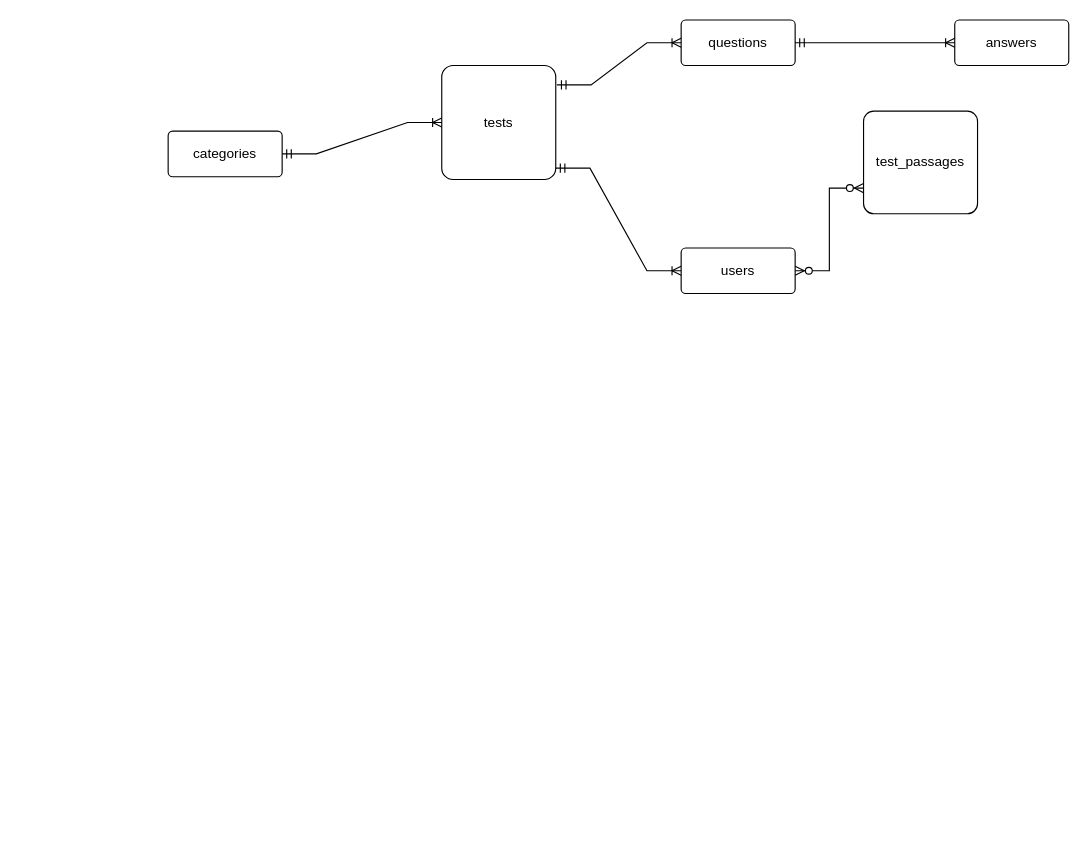
The draw.io diagram Untitled Diagram.drawio in RomaVega/test-guru, before the edit. Source tidied: cells renumbered, new cells numbered last; positions are measured from the earlier drawing's top-left corner, leaving out a move shared by most shapes. Both pictures are drawn from the tidied source at 114%, with x=0, y=0 at pixel (168, 19).
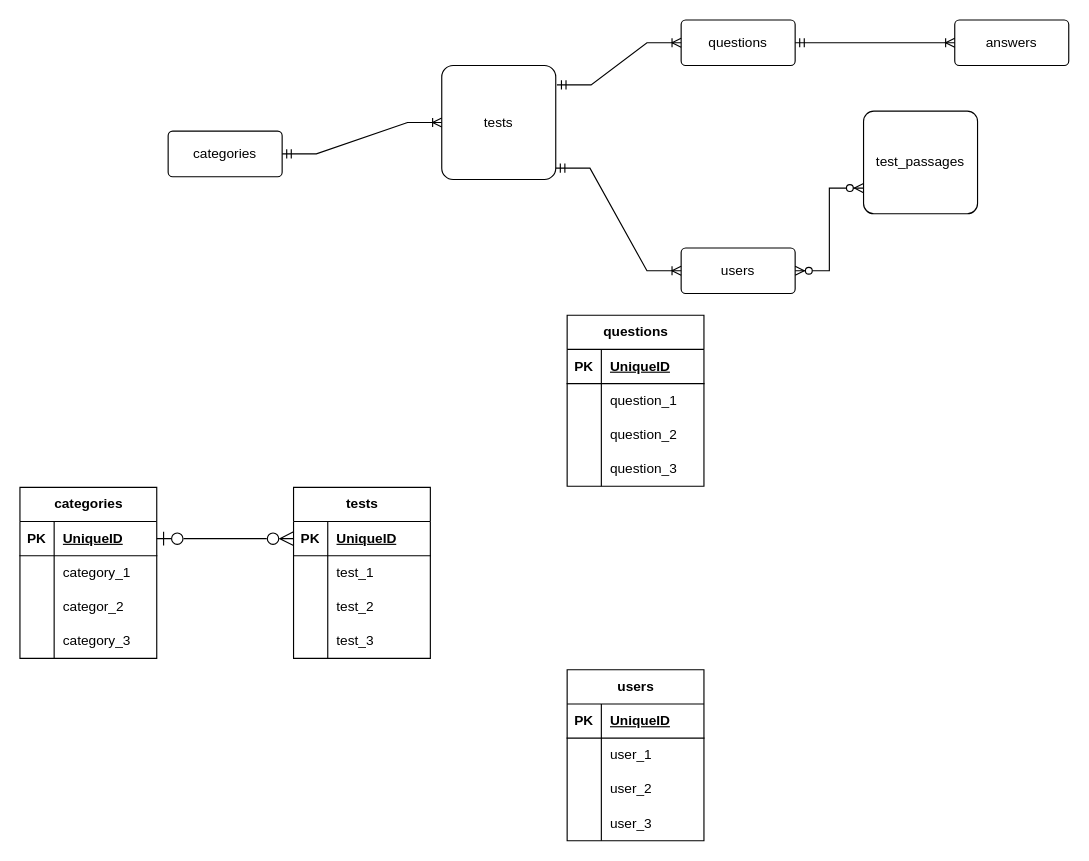
After the change.

What changed in the source:
```diff
@@
+    <mxCell id="13" value="categories" style="shape=table;startSize=30;childLayout=tableLayout;rowLines=0;fontStyle=1;align=center;html=1;" parent="1" vertex="1">
+      <mxGeometry x="-130" y="410" width="120" height="150" as="geometry" />
+    </mxCell>
+    <mxCell id="14" style="shape=tableRow;horizontal=0;startSize=0;swimlaneHead=0;swimlaneBody=0;fillColor=none;points=[[0,0.5],[1,0.5]];portConstraint=eastwest;top=0;left=0;right=0;bottom=1;" parent="13" vertex="1">
+      <mxGeometry y="30" width="120" height="30" as="geometry" />
+    </mxCell>
+    <mxCell id="15" value="PK" style="shape=partialRectangle;fillColor=none;top=0;left=0;bottom=0;right=0;fontStyle=1;overflow=hidden;whiteSpace=wrap;html=1;" parent="14" vertex="1">
+      <mxGeometry width="30" height="30" as="geometry" />
+    </mxCell>
+    <mxCell id="16" value="UniqueID" style="shape=partialRectangle;fillColor=none;top=0;left=0;bottom=0;right=0;align=left;spacingLeft=6;fontStyle=5;overflow=hidden;whiteSpace=wrap;html=1;" parent="14" vertex="1">
+      <mxGeometry x="30" width="90" height="30" as="geometry" />
+    </mxCell>
+    <mxCell id="17" style="shape=tableRow;horizontal=0;startSize=0;swimlaneHead=0;swimlaneBody=0;fillColor=none;top=0;left=0;right=0;bottom=0;" parent="13" vertex="1">
+      <mxGeometry y="60" width="120" height="30" as="geometry" />
+    </mxCell>
+    <mxCell id="18" style="shape=partialRectangle;fillColor=none;top=0;left=0;bottom=0;right=0;overflow=hidden;whiteSpace=wrap;html=1;" parent="17" vertex="1">
+      <mxGeometry width="30" height="30" as="geometry" />
+    </mxCell>
+    <mxCell id="19" value="сategory_1" style="shape=partialRectangle;fillColor=none;top=0;left=0;bottom=0;right=0;align=left;spacingLeft=6;overflow=hidden;whiteSpace=wrap;html=1;" parent="17" vertex="1">
+      <mxGeometry x="30" width="90" height="30" as="geometry" />
+    </mxCell>
+    <mxCell id="20" style="shape=tableRow;horizontal=0;startSize=0;swimlaneHead=0;swimlaneBody=0;fillColor=none;top=0;left=0;right=0;bottom=0;" parent="13" vertex="1">
+      <mxGeometry y="90" width="120" height="30" as="geometry" />
+    </mxCell>
+    <mxCell id="21" style="shape=partialRectangle;fillColor=none;top=0;left=0;bottom=0;right=0;overflow=hidden;whiteSpace=wrap;html=1;" parent="20" vertex="1">
+      <mxGeometry width="30" height="30" as="geometry" />
+    </mxCell>
+    <mxCell id="22" value="сategor_2" style="shape=partialRectangle;fillColor=none;top=0;left=0;bottom=0;right=0;align=left;spacingLeft=6;overflow=hidden;whiteSpace=wrap;html=1;" parent="20" vertex="1">
+      <mxGeometry x="30" width="90" height="30" as="geometry" />
+    </mxCell>
+    <mxCell id="23" style="shape=tableRow;horizontal=0;startSize=0;swimlaneHead=0;swimlaneBody=0;fillColor=none;top=0;left=0;right=0;bottom=0;" parent="13" vertex="1">
+      <mxGeometry y="120" width="120" height="30" as="geometry" />
+    </mxCell>
+    <mxCell id="24" style="shape=partialRectangle;fillColor=none;top=0;left=0;bottom=0;right=0;overflow=hidden;whiteSpace=wrap;html=1;" parent="23" vertex="1">
+      <mxGeometry width="30" height="30" as="geometry" />
+    </mxCell>
+    <mxCell id="25" value="сategory_3" style="shape=partialRectangle;fillColor=none;top=0;left=0;bottom=0;right=0;align=left;spacingLeft=6;overflow=hidden;whiteSpace=wrap;html=1;" parent="23" vertex="1">
+      <mxGeometry x="30" width="90" height="30" as="geometry" />
+    </mxCell>
+    <mxCell id="26" value="tests" style="shape=table;startSize=30;childLayout=tableLayout;rowLines=0;fontStyle=1;align=center;html=1;" parent="1" vertex="1">
+      <mxGeometry x="110" y="410" width="120" height="150" as="geometry" />
+    </mxCell>
+    <mxCell id="27" style="shape=tableRow;horizontal=0;startSize=0;swimlaneHead=0;swimlaneBody=0;fillColor=none;points=[[0,0.5],[1,0.5]];portConstraint=eastwest;top=0;left=0;right=0;bottom=1;" parent="26" vertex="1">
+      <mxGeometry y="30" width="120" height="30" as="geometry" />
+    </mxCell>
+    <mxCell id="28" value="PK" style="shape=partialRectangle;fillColor=none;top=0;left=0;bottom=0;right=0;fontStyle=1;overflow=hidden;whiteSpace=wrap;html=1;" parent="27" vertex="1">
+      <mxGeometry width="30" height="30" as="geometry" />
+    </mxCell>
+    <mxCell id="29" value="UniqueID" style="shape=partialRectangle;fillColor=none;top=0;left=0;bottom=0;right=0;align=left;spacingLeft=6;fontStyle=5;overflow=hidden;whiteSpace=wrap;html=1;" parent="27" vertex="1">
+      <mxGeometry x="30" width="90" height="30" as="geometry" />
+    </mxCell>
+    <mxCell id="30" style="shape=tableRow;horizontal=0;startSize=0;swimlaneHead=0;swimlaneBody=0;fillColor=none;top=0;left=0;right=0;bottom=0;" parent="26" vertex="1">
+      <mxGeometry y="60" width="120" height="30" as="geometry" />
+    </mxCell>
+    <mxCell id="31" style="shape=partialRectangle;fillColor=none;top=0;left=0;bottom=0;right=0;overflow=hidden;whiteSpace=wrap;html=1;" parent="30" vertex="1">
+      <mxGeometry width="30" height="30" as="geometry" />
+    </mxCell>
+    <mxCell id="32" value="test_1" style="shape=partialRectangle;fillColor=none;top=0;left=0;bottom=0;right=0;align=left;spacingLeft=6;overflow=hidden;whiteSpace=wrap;html=1;" parent="30" vertex="1">
+      <mxGeometry x="30" width="90" height="30" as="geometry" />
+    </mxCell>
+    <mxCell id="33" style="shape=tableRow;horizontal=0;startSize=0;swimlaneHead=0;swimlaneBody=0;fillColor=none;top=0;left=0;right=0;bottom=0;" parent="26" vertex="1">
+      <mxGeometry y="90" width="120" height="30" as="geometry" />
+    </mxCell>
+    <mxCell id="34" style="shape=partialRectangle;fillColor=none;top=0;left=0;bottom=0;right=0;overflow=hidden;whiteSpace=wrap;html=1;" parent="33" vertex="1">
+      <mxGeometry width="30" height="30" as="geometry" />
+    </mxCell>
+    <mxCell id="35" value="test_2" style="shape=partialRectangle;fillColor=none;top=0;left=0;bottom=0;right=0;align=left;spacingLeft=6;overflow=hidden;whiteSpace=wrap;html=1;" parent="33" vertex="1">
+      <mxGeometry x="30" width="90" height="30" as="geometry" />
+    </mxCell>
+    <mxCell id="36" style="shape=tableRow;horizontal=0;startSize=0;swimlaneHead=0;swimlaneBody=0;fillColor=none;top=0;left=0;right=0;bottom=0;" parent="26" vertex="1">
+      <mxGeometry y="120" width="120" height="30" as="geometry" />
+    </mxCell>
+    <mxCell id="37" style="shape=partialRectangle;fillColor=none;top=0;left=0;bottom=0;right=0;overflow=hidden;whiteSpace=wrap;html=1;" parent="36" vertex="1">
+      <mxGeometry width="30" height="30" as="geometry" />
+    </mxCell>
+    <mxCell id="38" value="test_3" style="shape=partialRectangle;fillColor=none;top=0;left=0;bottom=0;right=0;align=left;spacingLeft=6;overflow=hidden;whiteSpace=wrap;html=1;" parent="36" vertex="1">
+      <mxGeometry x="30" width="90" height="30" as="geometry" />
+    </mxCell>
+    <mxCell id="39" style="edgeStyle=entityRelationEdgeStyle;fontSize=12;html=1;endArrow=ERzeroToMany;startArrow=ERzeroToOne;rounded=0;entryX=0;entryY=0.5;entryDx=0;entryDy=0;exitX=1;exitY=0.5;exitDx=0;exitDy=0;startFill=0;endFill=0;startSize=10;endSize=10;" parent="1" edge="1" source="14" target="27">
+      <mxGeometry relative="1" as="geometry" />
+    </mxCell>
+    <mxCell id="40" value="questions" style="shape=table;startSize=30;childLayout=tableLayout;rowLines=0;fontStyle=1;align=center;html=1;" parent="1" vertex="1">
+      <mxGeometry x="350" y="259" width="120" height="150" as="geometry" />
+    </mxCell>
+    <mxCell id="41" style="shape=tableRow;horizontal=0;startSize=0;swimlaneHead=0;swimlaneBody=0;fillColor=none;top=0;left=0;right=0;bottom=1;" parent="40" vertex="1">
+      <mxGeometry y="30" width="120" height="30" as="geometry" />
+    </mxCell>
+    <mxCell id="42" value="PK" style="shape=partialRectangle;fillColor=none;top=0;left=0;bottom=0;right=0;fontStyle=1;overflow=hidden;whiteSpace=wrap;html=1;" parent="41" vertex="1">
+      <mxGeometry width="30" height="30" as="geometry" />
+    </mxCell>
+    <mxCell id="43" value="UniqueID" style="shape=partialRectangle;fillColor=none;top=0;left=0;bottom=0;right=0;align=left;spacingLeft=6;fontStyle=5;overflow=hidden;whiteSpace=wrap;html=1;" parent="41" vertex="1">
+      <mxGeometry x="30" width="90" height="30" as="geometry" />
+    </mxCell>
+    <mxCell id="44" style="shape=tableRow;horizontal=0;startSize=0;swimlaneHead=0;swimlaneBody=0;fillColor=none;top=0;left=0;right=0;bottom=0;" parent="40" vertex="1">
+      <mxGeometry y="60" width="120" height="30" as="geometry" />
+    </mxCell>
+    <mxCell id="45" style="shape=partialRectangle;fillColor=none;top=0;left=0;bottom=0;right=0;overflow=hidden;whiteSpace=wrap;html=1;" parent="44" vertex="1">
+      <mxGeometry width="30" height="30" as="geometry" />
+    </mxCell>
+    <mxCell id="46" value="question_1" style="shape=partialRectangle;fillColor=none;top=0;left=0;bottom=0;right=0;align=left;spacingLeft=6;overflow=hidden;whiteSpace=wrap;html=1;" parent="44" vertex="1">
+      <mxGeometry x="30" width="90" height="30" as="geometry" />
+    </mxCell>
+    <mxCell id="47" style="shape=tableRow;horizontal=0;startSize=0;swimlaneHead=0;swimlaneBody=0;fillColor=none;top=0;left=0;right=0;bottom=0;" parent="40" vertex="1">
+      <mxGeometry y="90" width="120" height="30" as="geometry" />
+    </mxCell>
+    <mxCell id="48" style="shape=partialRectangle;fillColor=none;top=0;left=0;bottom=0;right=0;overflow=hidden;whiteSpace=wrap;html=1;" parent="47" vertex="1">
+      <mxGeometry width="30" height="30" as="geometry" />
+    </mxCell>
+    <mxCell id="49" value="question_2" style="shape=partialRectangle;fillColor=none;top=0;left=0;bottom=0;right=0;align=left;spacingLeft=6;overflow=hidden;whiteSpace=wrap;html=1;" parent="47" vertex="1">
+      <mxGeometry x="30" width="90" height="30" as="geometry" />
+    </mxCell>
+    <mxCell id="50" style="shape=tableRow;horizontal=0;startSize=0;swimlaneHead=0;swimlaneBody=0;fillColor=none;top=0;left=0;right=0;bottom=0;" parent="40" vertex="1">
+      <mxGeometry y="120" width="120" height="30" as="geometry" />
+    </mxCell>
+    <mxCell id="51" style="shape=partialRectangle;fillColor=none;top=0;left=0;bottom=0;right=0;overflow=hidden;whiteSpace=wrap;html=1;" parent="50" vertex="1">
+      <mxGeometry width="30" height="30" as="geometry" />
+    </mxCell>
+    <mxCell id="52" value="question_3" style="shape=partialRectangle;fillColor=none;top=0;left=0;bottom=0;right=0;align=left;spacingLeft=6;overflow=hidden;whiteSpace=wrap;html=1;" parent="50" vertex="1">
+      <mxGeometry x="30" width="90" height="30" as="geometry" />
+    </mxCell>
+    <mxCell id="53" value="users" style="shape=table;startSize=30;childLayout=tableLayout;rowLines=0;fontStyle=1;align=center;html=1;" parent="1" vertex="1">
+      <mxGeometry x="350" y="570" width="120" height="150" as="geometry" />
+    </mxCell>
+    <mxCell id="54" style="shape=tableRow;horizontal=0;startSize=0;swimlaneHead=0;swimlaneBody=0;fillColor=none;top=0;left=0;right=0;bottom=1;" parent="53" vertex="1">
+      <mxGeometry y="30" width="120" height="30" as="geometry" />
+    </mxCell>
+    <mxCell id="55" value="PK" style="shape=partialRectangle;fillColor=none;top=0;left=0;bottom=0;right=0;fontStyle=1;overflow=hidden;whiteSpace=wrap;html=1;" parent="54" vertex="1">
+      <mxGeometry width="30" height="30" as="geometry" />
+    </mxCell>
+    <mxCell id="56" value="UniqueID" style="shape=partialRectangle;fillColor=none;top=0;left=0;bottom=0;right=0;align=left;spacingLeft=6;fontStyle=5;overflow=hidden;whiteSpace=wrap;html=1;" parent="54" vertex="1">
+      <mxGeometry x="30" width="90" height="30" as="geometry" />
+    </mxCell>
+    <mxCell id="57" style="shape=tableRow;horizontal=0;startSize=0;swimlaneHead=0;swimlaneBody=0;fillColor=none;top=0;left=0;right=0;bottom=0;" parent="53" vertex="1">
+      <mxGeometry y="60" width="120" height="30" as="geometry" />
+    </mxCell>
+    <mxCell id="58" style="shape=partialRectangle;fillColor=none;top=0;left=0;bottom=0;right=0;overflow=hidden;whiteSpace=wrap;html=1;" parent="57" vertex="1">
+      <mxGeometry width="30" height="30" as="geometry" />
+    </mxCell>
+    <mxCell id="59" value="user_1" style="shape=partialRectangle;fillColor=none;top=0;left=0;bottom=0;right=0;align=left;spacingLeft=6;overflow=hidden;whiteSpace=wrap;html=1;" parent="57" vertex="1">
+      <mxGeometry x="30" width="90" height="30" as="geometry" />
+    </mxCell>
+    <mxCell id="60" style="shape=tableRow;horizontal=0;startSize=0;swimlaneHead=0;swimlaneBody=0;fillColor=none;top=0;left=0;right=0;bottom=0;" parent="53" vertex="1">
+      <mxGeometry y="90" width="120" height="30" as="geometry" />
+    </mxCell>
+    <mxCell id="61" style="shape=partialRectangle;fillColor=none;top=0;left=0;bottom=0;right=0;overflow=hidden;whiteSpace=wrap;html=1;" parent="60" vertex="1">
+      <mxGeometry width="30" height="30" as="geometry" />
+    </mxCell>
+    <mxCell id="62" value="user_2" style="shape=partialRectangle;fillColor=none;top=0;left=0;bottom=0;right=0;align=left;spacingLeft=6;overflow=hidden;whiteSpace=wrap;html=1;" parent="60" vertex="1">
+      <mxGeometry x="30" width="90" height="30" as="geometry" />
+    </mxCell>
+    <mxCell id="63" style="shape=tableRow;horizontal=0;startSize=0;swimlaneHead=0;swimlaneBody=0;fillColor=none;top=0;left=0;right=0;bottom=0;" parent="53" vertex="1">
+      <mxGeometry y="120" width="120" height="30" as="geometry" />
+    </mxCell>
+    <mxCell id="64" style="shape=partialRectangle;fillColor=none;top=0;left=0;bottom=0;right=0;overflow=hidden;whiteSpace=wrap;html=1;" parent="63" vertex="1">
+      <mxGeometry width="30" height="30" as="geometry" />
+    </mxCell>
+    <mxCell id="65" value="user_3" style="shape=partialRectangle;fillColor=none;top=0;left=0;bottom=0;right=0;align=left;spacingLeft=6;overflow=hidden;whiteSpace=wrap;html=1;" parent="63" vertex="1">
+      <mxGeometry x="30" width="90" height="30" as="geometry" />
+    </mxCell>
```
